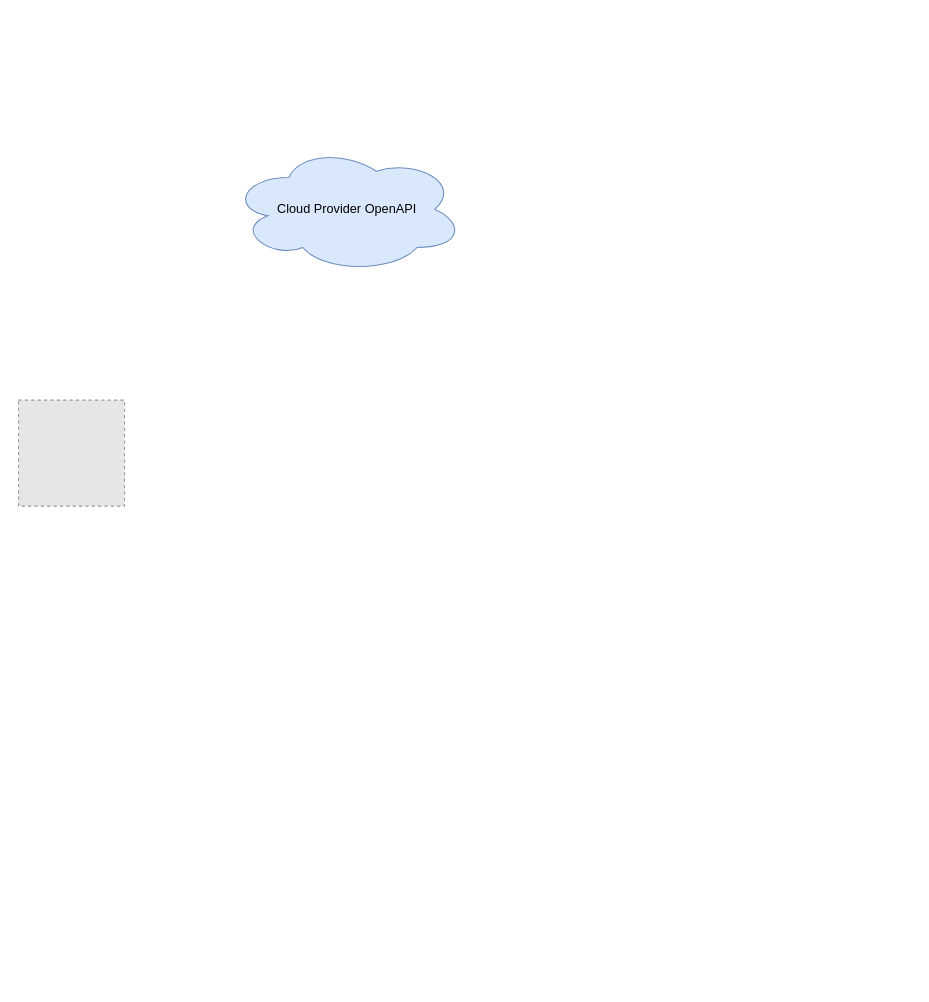
YanshanSong/draw.io keeps this draw.io diagram as program-user-aksk-applyment.drawio. Above is the earlier version. Source tidied: cells renumbered, new cells numbered last; positions are measured from the earlier drawing's top-left corner, leaving out a move shared by most shapes. Both pictures are drawn from the tidied source at 106%, with x=0, y=0 at pixel (18, 145). Pictures stored in the file or linked from it are replaced by grey dashed boxes.
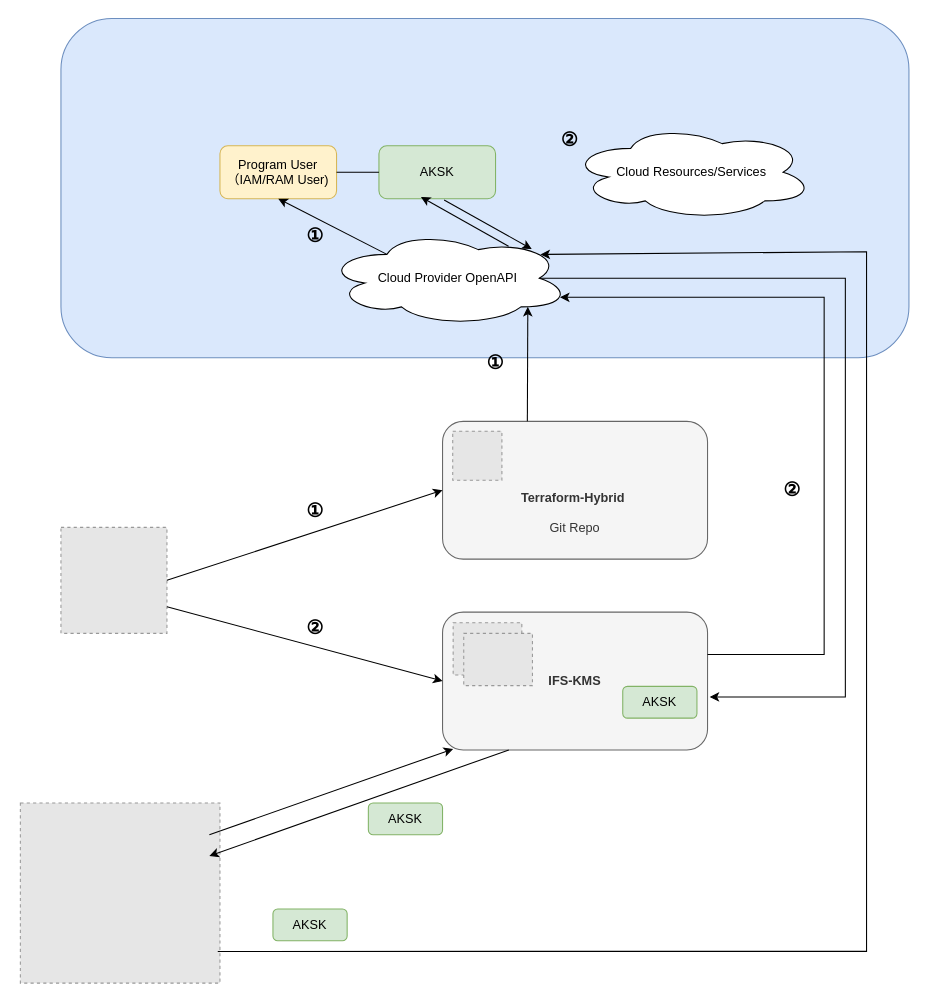
Above is the later version.

The edit, as a diff of the source:
```diff
@@
     <mxCell id="2" style="fillColor=#E6E6E6;strokeColor=#999999;dashed=1;verticalLabelPosition=bottom;labelBackgroundColor=default;verticalAlign=top;" parent="1" vertex="1">
-      <mxGeometry y="240" width="100" height="100" as="geometry" />
+      <mxGeometry x="40" y="360" width="100" height="100" as="geometry" />
     </mxCell>
+    <mxCell id="4" style="group;" parent="1" vertex="1">
+      <mxGeometry x="400" y="260" width="250" height="130" as="geometry" />
+    </mxCell>
+    <mxCell id="5" value="&lt;div&gt;&lt;b style=&quot;background-color: initial;&quot;&gt;&lt;br&gt;&lt;/b&gt;&lt;/div&gt;&lt;div&gt;&lt;b style=&quot;background-color: initial;&quot;&gt;&lt;br&gt;&lt;/b&gt;&lt;/div&gt;&lt;div&gt;&lt;b style=&quot;background-color: initial;&quot;&gt;&lt;br&gt;&lt;/b&gt;&lt;/div&gt;&lt;div&gt;&lt;b style=&quot;background-color: initial;&quot;&gt;Terraform-Hybrid&amp;nbsp;&lt;/b&gt;&lt;br&gt;&lt;/div&gt;&lt;div&gt;&lt;br&gt;&lt;/div&gt;&lt;div&gt;Git Repo&lt;/div&gt;" style="rounded=1;whiteSpace=wrap;html=1;fillColor=#f5f5f5;strokeColor=#666666;fontColor=#333333;" parent="4" vertex="1">
+      <mxGeometry width="250" height="130" as="geometry" />
+    </mxCell>
+    <mxCell id="6" style="fillColor=#E6E6E6;strokeColor=#999999;dashed=1;verticalLabelPosition=bottom;labelBackgroundColor=default;verticalAlign=top;" parent="4" vertex="1">
+      <mxGeometry x="9.6" y="9.3" width="46.4" height="46.3" as="geometry" />
+    </mxCell>
+    <mxCell id="7" style="rounded=1;whiteSpace=wrap;html=1;fillColor=#dae8fc;strokeColor=#6c8ebf;" parent="1" vertex="1">
+      <mxGeometry x="40" y="-120" width="800" height="320" as="geometry" />
+    </mxCell>
-    <mxCell id="3" value="Cloud Provider OpenAPI" style="ellipse;shape=cloud;whiteSpace=wrap;html=1;fillColor=#dae8fc;strokeColor=#6c8ebf;" parent="1" vertex="1">
-      <mxGeometry x="200" width="220" height="120" as="geometry" />
+    <mxCell id="3" value="Cloud Provider OpenAPI" style="ellipse;shape=cloud;whiteSpace=wrap;html=1;" parent="1" vertex="1">
+      <mxGeometry x="290" y="80" width="230" height="90" as="geometry" />
     </mxCell>
+    <mxCell id="8" style="group;" parent="1" vertex="1">
+      <mxGeometry x="400" y="440" width="250" height="140" as="geometry" />
+    </mxCell>
+    <mxCell id="9" value="&lt;b&gt;IFS-KMS&lt;/b&gt;" style="rounded=1;whiteSpace=wrap;html=1;fillColor=#f5f5f5;strokeColor=#666666;fontColor=#333333;" parent="8" vertex="1">
+      <mxGeometry width="250" height="130" as="geometry" />
+    </mxCell>
+    <mxCell id="10" style="fillColor=#E6E6E6;strokeColor=#999999;dashed=1;verticalLabelPosition=bottom;labelBackgroundColor=default;verticalAlign=top;" parent="8" vertex="1">
+      <mxGeometry x="10" y="10" width="64.8" height="49.3" as="geometry" />
+    </mxCell>
+    <mxCell id="11" value="AKSK" style="rounded=1;whiteSpace=wrap;html=1;fillColor=#d5e8d4;strokeColor=#82b366;" parent="8" vertex="1">
+      <mxGeometry x="170" y="70" width="70" height="30" as="geometry" />
+    </mxCell>
+    <mxCell id="12" value="Program User&lt;div&gt;（IAM/RAM User)&lt;/div&gt;" style="rounded=1;whiteSpace=wrap;html=1;fillColor=#fff2cc;strokeColor=#d6b656;" parent="1" vertex="1">
+      <mxGeometry x="190" width="110" height="50" as="geometry" />
+    </mxCell>
+    <mxCell id="13" style="endArrow=classic;html=1;rounded=0;exitX=1;exitY=0.5;exitDx=0;exitDy=0;entryX=0;entryY=0.5;entryDx=0;entryDy=0;" parent="1" edge="1" source="2" target="5">
+      <mxGeometry relative="1" as="geometry" />
+    </mxCell>
+    <mxCell id="14" style="endArrow=classic;html=1;rounded=0;exitX=1;exitY=0.75;exitDx=0;exitDy=0;entryX=0;entryY=0.5;entryDx=0;entryDy=0;" parent="1" edge="1" source="2" target="9">
+      <mxGeometry relative="1" as="geometry" />
+    </mxCell>
+    <mxCell id="15" value="AKSK" style="rounded=1;whiteSpace=wrap;html=1;fillColor=#d5e8d4;strokeColor=#82b366;" parent="1" vertex="1">
+      <mxGeometry x="340" width="110" height="50" as="geometry" />
+    </mxCell>
+    <mxCell id="16" value="Cloud Resources/Services" style="ellipse;shape=cloud;whiteSpace=wrap;html=1;" parent="1" vertex="1">
+      <mxGeometry x="520" y="-20" width="230" height="90" as="geometry" />
+    </mxCell>
+    <mxCell id="17" style="endArrow=none;html=1;rounded=0;exitX=1;exitY=0.5;exitDx=0;exitDy=0;" parent="1" edge="1" source="12" target="15">
+      <mxGeometry relative="1" as="geometry" />
+    </mxCell>
+    <mxCell id="18" value="&lt;font style=&quot;font-size: 18px;&quot;&gt;&lt;b&gt;①&lt;/b&gt;&lt;/font&gt;" style="text;html=1;align=center;verticalAlign=middle;whiteSpace=wrap;rounded=0;" parent="1" vertex="1">
+      <mxGeometry x="250" y="330" width="60" height="30" as="geometry" />
+    </mxCell>
+    <mxCell id="19" value="&lt;span style=&quot;font-size: 18px;&quot;&gt;&lt;b&gt;②&lt;/b&gt;&lt;/span&gt;" style="text;html=1;align=center;verticalAlign=middle;whiteSpace=wrap;rounded=0;" parent="1" vertex="1">
+      <mxGeometry x="250" y="440" width="60" height="30" as="geometry" />
+    </mxCell>
+    <mxCell id="20" style="endArrow=classic;html=1;rounded=0;entryX=0.828;entryY=0.8;entryDx=0;entryDy=0;entryPerimeter=0;" parent="1" edge="1" target="3">
+      <mxGeometry relative="1" as="geometry">
+        <mxPoint x="480" y="260" as="sourcePoint" />
+      </mxGeometry>
+    </mxCell>
+    <mxCell id="21" style="endArrow=classic;html=1;rounded=0;entryX=0.5;entryY=1;entryDx=0;entryDy=0;exitX=0.25;exitY=0.25;exitDx=0;exitDy=0;exitPerimeter=0;" parent="1" edge="1" source="3" target="12">
+      <mxGeometry relative="1" as="geometry" />
+    </mxCell>
+    <mxCell id="22" value="&lt;font style=&quot;font-size: 18px;&quot;&gt;&lt;b&gt;①&lt;/b&gt;&lt;/font&gt;" style="text;html=1;align=center;verticalAlign=middle;whiteSpace=wrap;rounded=0;" parent="1" vertex="1">
+      <mxGeometry x="420" y="190" width="60" height="30" as="geometry" />
+    </mxCell>
+    <mxCell id="23" value="&lt;font style=&quot;font-size: 18px;&quot;&gt;&lt;b&gt;①&lt;/b&gt;&lt;/font&gt;" style="text;html=1;align=center;verticalAlign=middle;whiteSpace=wrap;rounded=0;" parent="1" vertex="1">
+      <mxGeometry x="250" y="70" width="60" height="30" as="geometry" />
+    </mxCell>
+    <mxCell id="24" value="&lt;span style=&quot;font-size: 18px;&quot;&gt;&lt;b&gt;②&lt;/b&gt;&lt;/span&gt;" style="text;html=1;align=center;verticalAlign=middle;whiteSpace=wrap;rounded=0;" parent="1" vertex="1">
+      <mxGeometry x="700" y="310" width="60" height="30" as="geometry" />
+    </mxCell>
+    <mxCell id="25" value="&lt;span style=&quot;font-size: 18px;&quot;&gt;&lt;b&gt;②&lt;/b&gt;&lt;/span&gt;" style="text;html=1;align=center;verticalAlign=middle;whiteSpace=wrap;rounded=0;" parent="1" vertex="1">
+      <mxGeometry x="490" y="-20" width="60" height="30" as="geometry" />
+    </mxCell>
+    <mxCell id="26" style="fillColor=#E6E6E6;strokeColor=#999999;dashed=1;verticalLabelPosition=bottom;labelBackgroundColor=default;verticalAlign=top;" parent="1" vertex="1">
+      <mxGeometry x="1.7" y="620" width="188.3" height="170" as="geometry" />
+    </mxCell>
+    <mxCell id="27" style="endArrow=classic;html=1;rounded=0;" parent="1" edge="1">
+      <mxGeometry relative="1" as="geometry">
+        <mxPoint x="180" y="650" as="sourcePoint" />
+        <mxPoint x="410" y="569" as="targetPoint" />
+      </mxGeometry>
+    </mxCell>
+    <mxCell id="28" style="endArrow=classic;html=1;rounded=0;entryX=0.96;entryY=0.7;entryDx=0;entryDy=0;entryPerimeter=0;" parent="1" edge="1" target="3">
+      <mxGeometry relative="1" as="geometry">
+        <mxPoint x="650" y="480" as="sourcePoint" />
+        <Array as="points">
+          <mxPoint x="760" y="480" />
+          <mxPoint x="760" y="143" />
+        </Array>
+      </mxGeometry>
+    </mxCell>
+    <mxCell id="29" style="endArrow=classic;html=1;rounded=0;entryX=0.36;entryY=0.967;entryDx=0;entryDy=0;entryPerimeter=0;exitX=0.749;exitY=0.164;exitDx=0;exitDy=0;exitPerimeter=0;" parent="1" edge="1" source="3" target="15">
+      <mxGeometry relative="1" as="geometry" />
+    </mxCell>
+    <mxCell id="30" style="endArrow=classic;html=1;rounded=0;entryX=0.844;entryY=0.194;entryDx=0;entryDy=0;entryPerimeter=0;exitX=0.559;exitY=1.022;exitDx=0;exitDy=0;exitPerimeter=0;" parent="1" edge="1" source="15" target="3">
+      <mxGeometry relative="1" as="geometry" />
+    </mxCell>
+    <mxCell id="31" style="group;" parent="1" vertex="1">
+      <mxGeometry x="410" y="450" width="250" height="140" as="geometry" />
+    </mxCell>
+    <mxCell id="32" style="fillColor=#E6E6E6;strokeColor=#999999;dashed=1;verticalLabelPosition=bottom;labelBackgroundColor=default;verticalAlign=top;" parent="31" vertex="1">
+      <mxGeometry x="10" y="10" width="64.8" height="49.3" as="geometry" />
+    </mxCell>
+    <mxCell id="33" style="endArrow=classic;html=1;rounded=0;exitX=0.875;exitY=0.5;exitDx=0;exitDy=0;exitPerimeter=0;" parent="1" edge="1" source="3">
+      <mxGeometry relative="1" as="geometry">
+        <mxPoint x="652" y="520" as="targetPoint" />
+        <Array as="points">
+          <mxPoint x="780" y="125" />
+          <mxPoint x="780" y="520" />
+        </Array>
+      </mxGeometry>
+    </mxCell>
+    <mxCell id="34" style="endArrow=classic;html=1;rounded=0;exitX=0.25;exitY=1;exitDx=0;exitDy=0;" parent="1" edge="1" source="9">
+      <mxGeometry relative="1" as="geometry">
+        <mxPoint x="180" y="670" as="targetPoint" />
+      </mxGeometry>
+    </mxCell>
+    <mxCell id="35" value="AKSK" style="rounded=1;whiteSpace=wrap;html=1;fillColor=#d5e8d4;strokeColor=#82b366;" parent="1" vertex="1">
+      <mxGeometry x="330" y="620" width="70" height="30" as="geometry" />
+    </mxCell>
+    <mxCell id="36" style="endArrow=classic;html=1;rounded=0;entryX=0.88;entryY=0.25;entryDx=0;entryDy=0;entryPerimeter=0;exitX=0.989;exitY=0.824;exitDx=0;exitDy=0;exitPerimeter=0;" parent="1" edge="1" source="26" target="3">
+      <mxGeometry relative="1" as="geometry">
+        <Array as="points">
+          <mxPoint x="800" y="760" />
+          <mxPoint x="800" y="100" />
+        </Array>
+      </mxGeometry>
+    </mxCell>
+    <mxCell id="37" value="AKSK" style="rounded=1;whiteSpace=wrap;html=1;fillColor=#d5e8d4;strokeColor=#82b366;" parent="1" vertex="1">
+      <mxGeometry x="240" y="720" width="70" height="30" as="geometry" />
+    </mxCell>
```
